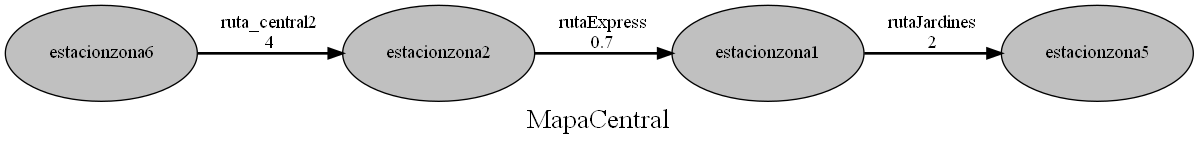
Before: Images/Ruta2.gv.png, a diagram exported from Graphviz (AdrianMolina2000/-LF-Proyecto1). Its source is kept beside it as Images/Ruta2.gv.
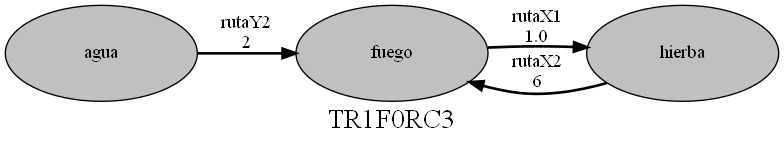
Above is the later version.

The edit, as a diff of the source:
```diff
@@ -1,13 +1,13 @@
 digraph Ruta2 {
 	node [color=black fillcolor=gray fixedsize=true height=1 shape=oval style=filled width=2]
-	estacionzona6 -> estacionzona2 [label="ruta_central2
-4" style=bold]
-	estacionzona2 -> estacionzona1 [label="rutaExpress
-0.7" style=bold]
-	estacionzona1 -> estacionzona5 [label="rutaJardines
+	fuego -> hierba [label="rutaX1
+1.0" style=bold]
+	hierba -> fuego [label="rutaX2
+6" style=bold]
+	agua -> fuego [label="rutaY2
 2" style=bold]
 	overlap=false
-	label=MapaCentral
+	label=TR1F0RC3
 	fontsize=20
 	rankdir=LR
 }
```
